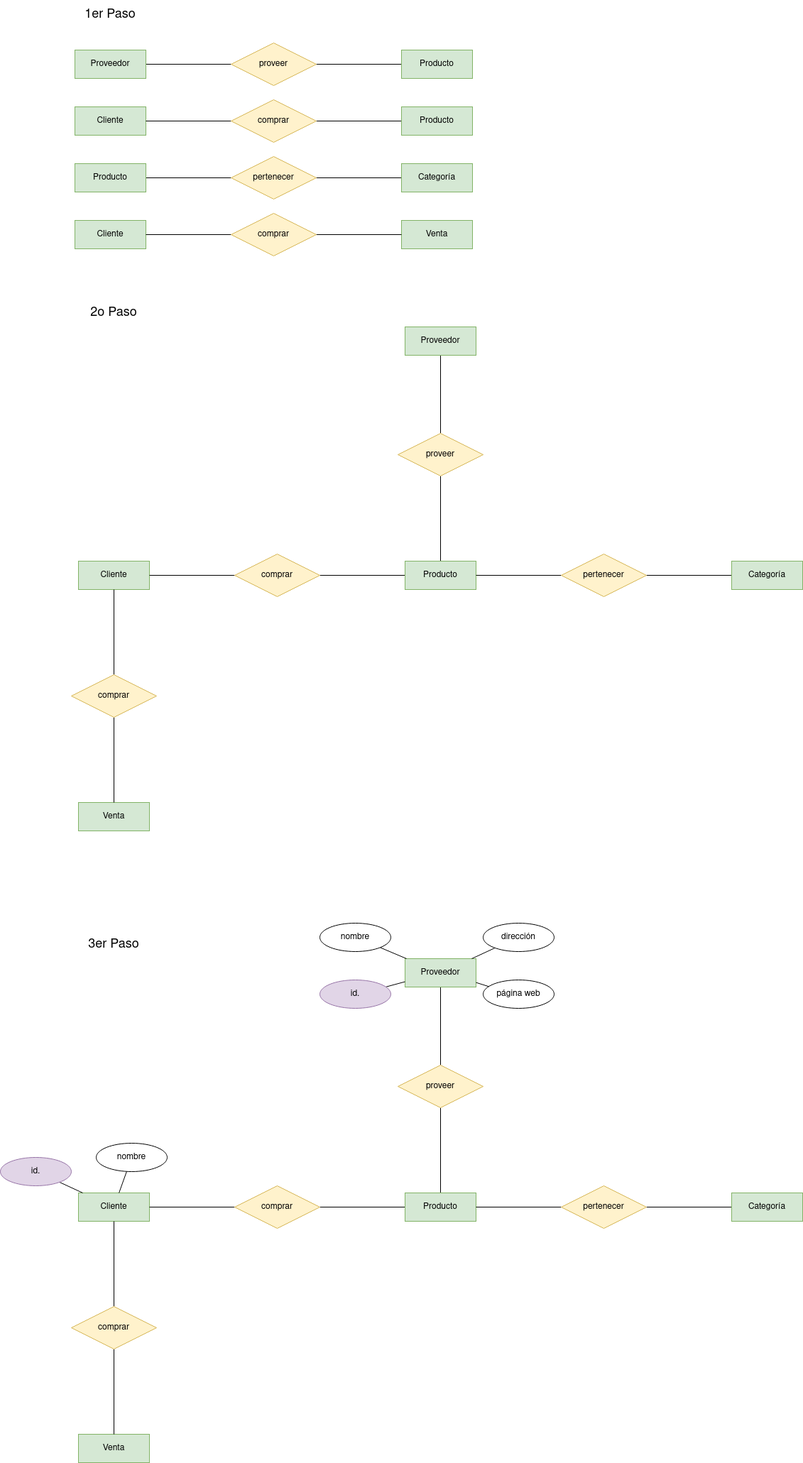
Above: Tareas/UD2-INTERPRETACIÓN DE DIAGRAMAS ENTIDAD-RELACIÓN/TRABAJO EN AULA/002sistemaVentas.drawio.png in popadron/base-de-datos (draw.io), before the change. Source tidied: cells renumbered, new cells last; positions are measured from the earlier drawing's top-left corner, leaving out a move shared by most shapes.
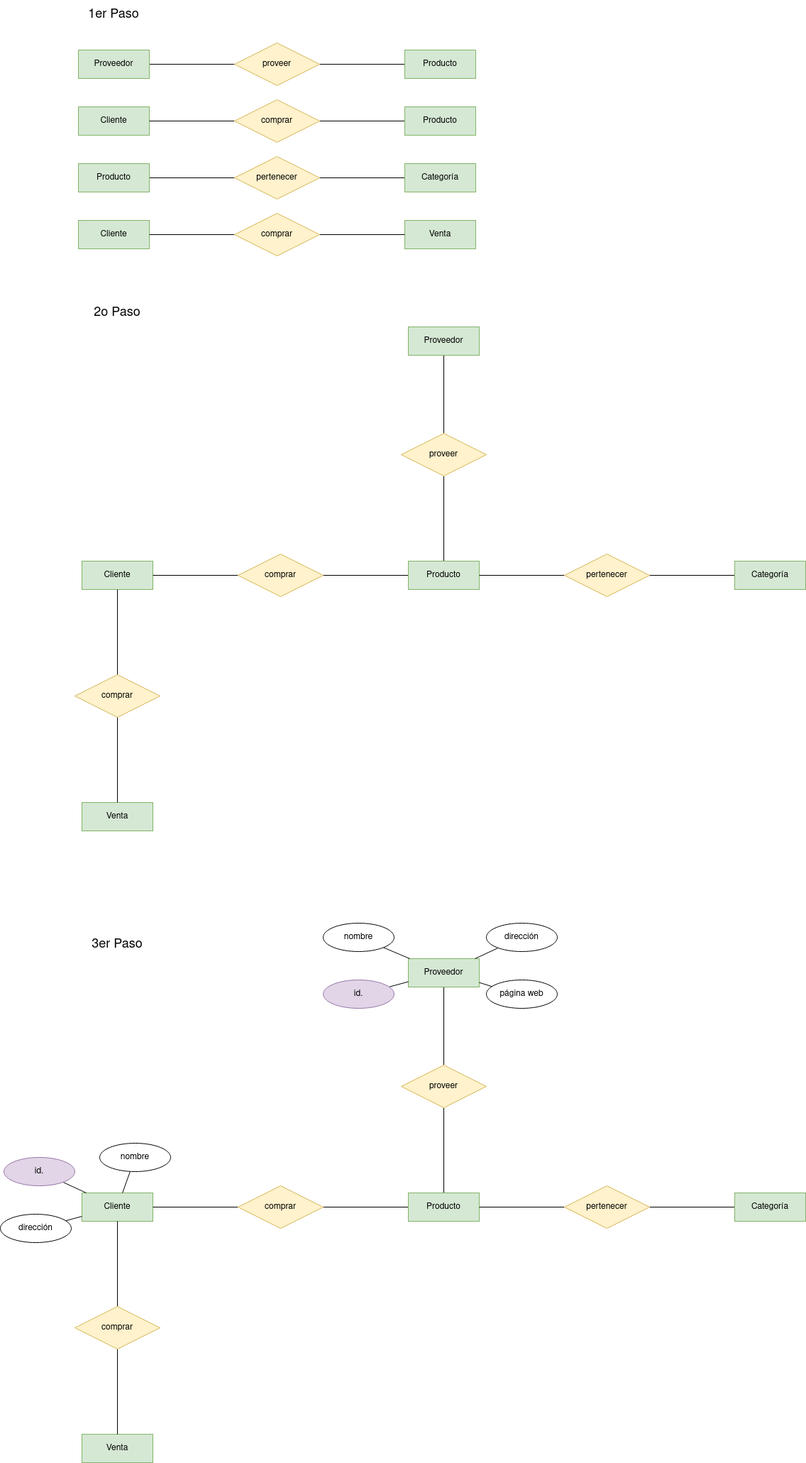
Above is the later version.

Change to the diagram source:
```diff
@@ -209,5 +209,11 @@
     <mxCell id="70" value="nombre" style="ellipse;whiteSpace=wrap;html=1;align=center;fontSize=12;" parent="1" vertex="1">
       <mxGeometry x="135" y="1610" width="100" height="40" as="geometry" />
     </mxCell>
+    <mxCell id="71" style="edgeStyle=none;rounded=0;jettySize=auto;html=1;fontSize=12;endArrow=none;endFill=0;" parent="1" edge="1" source="72" target="44">
+      <mxGeometry relative="1" as="geometry" />
+    </mxCell>
+    <mxCell id="72" value="dirección" style="ellipse;whiteSpace=wrap;html=1;align=center;fontSize=12;" parent="1" vertex="1">
+      <mxGeometry x="-5" y="1710" width="100" height="40" as="geometry" />
+    </mxCell>
   </root>
 </mxGraphModel>
```
